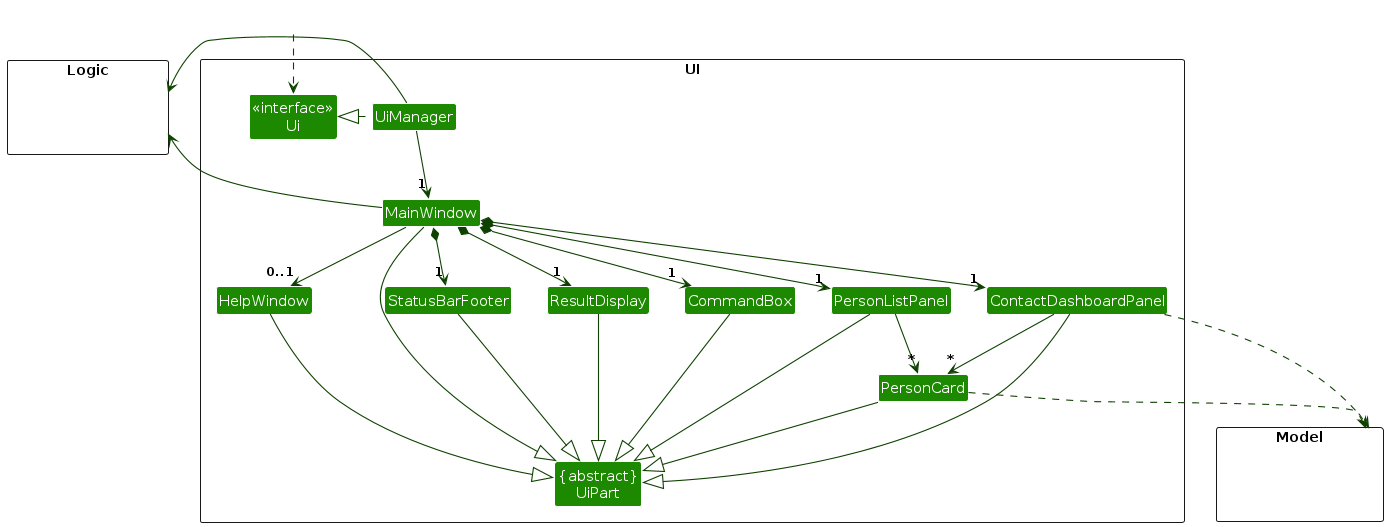
This is diagrams/UiClassDiagram.png from AY2627S1-CS2103T-F12-2/tp, a PlantUML export, as it was before one commit. Its source is kept beside it as diagrams/UiClassDiagram.puml.
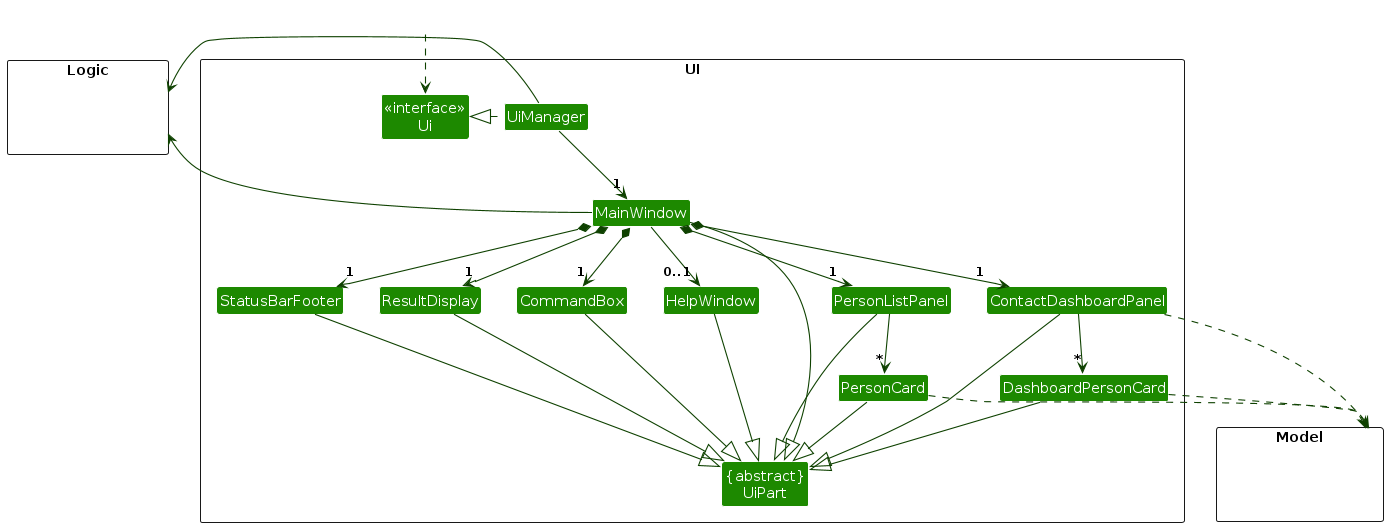
The same diagram one commit later.

Diff of the diagram source:
```diff
@@ -14,6 +14,7 @@
 Class ResultDisplay
 Class PersonListPanel
 Class PersonCard
+Class DashboardPersonCard
 Class StatusBarFooter
 Class CommandBox
 }
@@ -39,7 +40,7 @@
 MainWindow --> "0..1" HelpWindow
 
 PersonListPanel -down-> "*" PersonCard
-ContactDashboardPanel -down-> "*" PersonCard
+ContactDashboardPanel -down-> "*" DashboardPersonCard
 
 MainWindow -left-|> UiPart
 
@@ -47,11 +48,13 @@
 CommandBox --|> UiPart
 PersonListPanel --|> UiPart
 PersonCard --|> UiPart
+DashboardPersonCard --|> UiPart
 StatusBarFooter --|> UiPart
 HelpWindow --|> UiPart
 ContactDashboardPanel --|> UiPart
 
 PersonCard ..> Model
+DashboardPersonCard ..> Model
 ContactDashboardPanel ..> Model
 UiManager -right-> Logic
 MainWindow -left-> Logic
```
